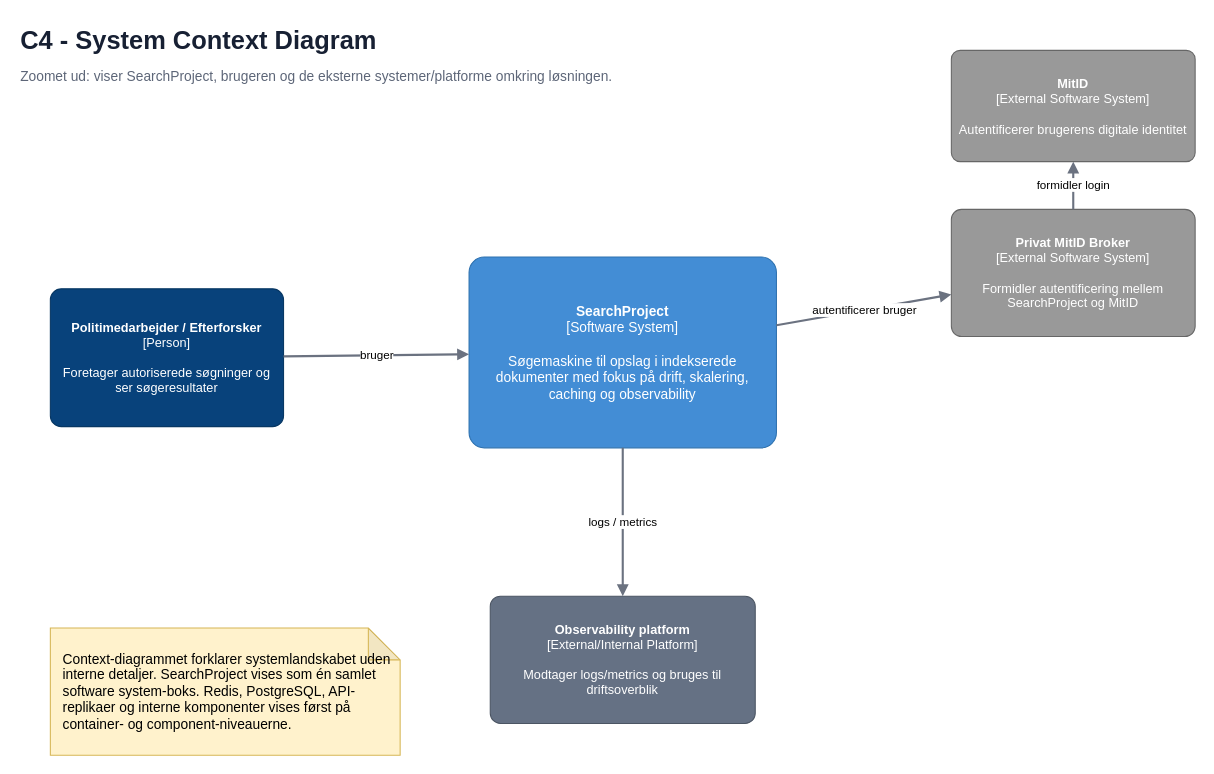
Earlier version of the draw.io diagram page "4 - C4 Context" (4 of 7) of diagrammer/SearchProject diagrams - UML + C4.drawio (Viggodrengen/-SearchProject). Source tidied: cells renumbered, new cells numbered last; positions are measured from the earlier drawing's top-left corner, leaving out a move shared by most shapes. Both pictures are drawn from the tidied source at 106%, with x=0, y=0 at pixel (18, 18).
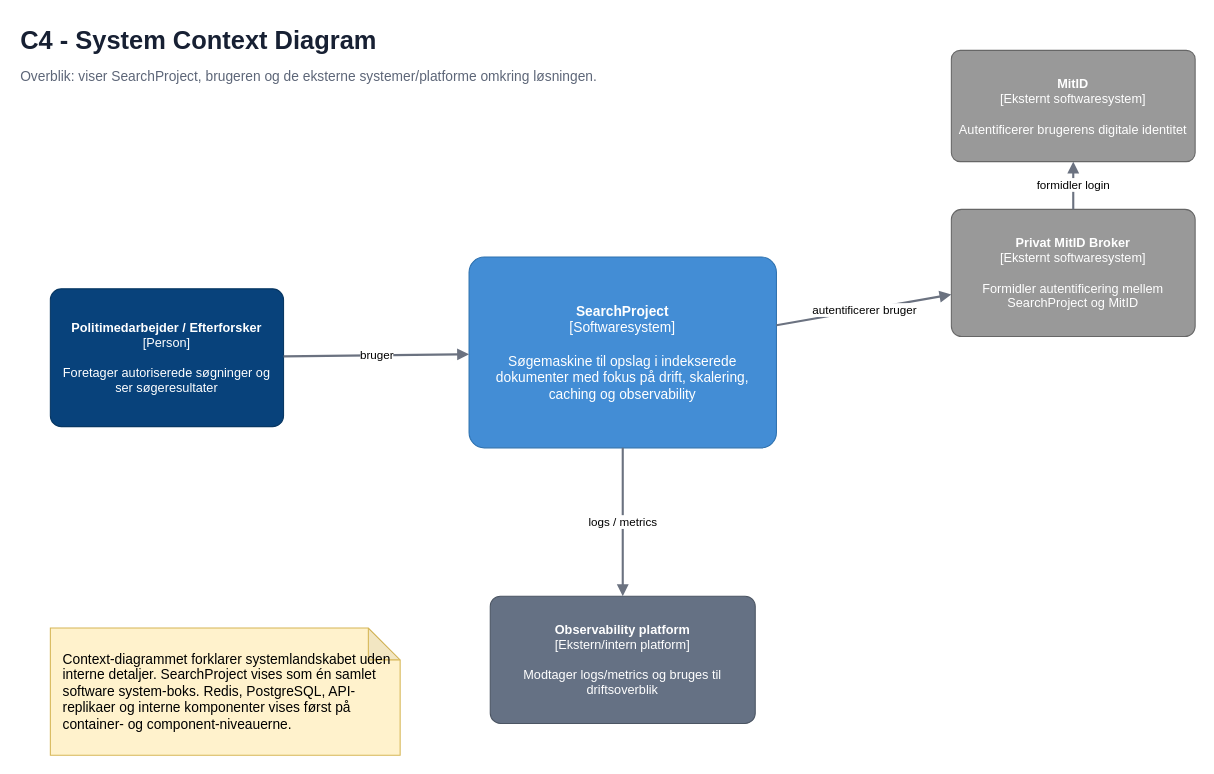
Above is the later version.

Commit message (it also covers changes not shown here):
updated diagrams så vi kun nu har fokus på container og kubernetes

What changed in the source:
```diff
@@
 <mxGraphModel>
   <root>
     <mxCell id="0" />
     <mxCell id="1" parent="0" />
     <mxCell id="2" value="C4 - System Context Diagram" style="text;html=1;strokeColor=none;fillColor=none;fontSize=24;fontStyle=1;fontColor=#172033;" parent="1" vertex="1">
       <mxGeometry width="500" height="40" as="geometry" />
     </mxCell>
-    <mxCell id="3" value="Zoomet ud: viser SearchProject, brugeren og de eksterne systemer/platforme omkring løsningen." style="text;html=1;strokeColor=none;fillColor=none;fontSize=13;fontColor=#5d6678;" parent="1" vertex="1">
+    <mxCell id="3" value="Overblik: viser SearchProject, brugeren og de eksterne systemer/platforme omkring løsningen." style="text;html=1;strokeColor=none;fillColor=none;fontSize=13;fontColor=#5d6678;" parent="1" vertex="1">
       <mxGeometry y="40" width="850" height="30" as="geometry" />
     </mxCell>
     <mxCell id="4" value="&lt;b&gt;Politimedarbejder / Efterforsker&lt;/b&gt;&lt;br&gt;[Person]&lt;br&gt;&lt;br&gt;Foretager autoriserede søgninger og ser søgeresultater" style="rounded=1;whiteSpace=wrap;html=1;fillColor=#08427B;strokeColor=#073763;fontColor=#FFFFFF;fontSize=12;arcSize=8;spacing=8;" parent="1" vertex="1">
       <mxGeometry x="30" y="255" width="220" height="130" as="geometry" />
     </mxCell>
-    <mxCell id="5" value="&lt;b&gt;SearchProject&lt;/b&gt;&lt;br&gt;[Software System]&lt;br&gt;&lt;br&gt;Søgemaskine til opslag i indekserede dokumenter med fokus på drift, skalering, caching og observability" style="rounded=1;whiteSpace=wrap;html=1;fillColor=#438DD5;strokeColor=#2F72AF;fontColor=#FFFFFF;fontSize=13;arcSize=8;spacing=10;" parent="1" vertex="1">
+    <mxCell id="5" value="&lt;b&gt;SearchProject&lt;/b&gt;&lt;br&gt;[Softwaresystem]&lt;br&gt;&lt;br&gt;Søgemaskine til opslag i indekserede dokumenter med fokus på drift, skalering, caching og observability" style="rounded=1;whiteSpace=wrap;html=1;fillColor=#438DD5;strokeColor=#2F72AF;fontColor=#FFFFFF;fontSize=13;arcSize=8;spacing=10;" parent="1" vertex="1">
       <mxGeometry x="425" y="225" width="290" height="180" as="geometry" />
     </mxCell>
-    <mxCell id="6" value="&lt;b&gt;Privat MitID Broker&lt;/b&gt;&lt;br&gt;[External Software System]&lt;br&gt;&lt;br&gt;Formidler autentificering mellem SearchProject og MitID" style="rounded=1;whiteSpace=wrap;html=1;fillColor=#999999;strokeColor=#666666;fontColor=#FFFFFF;fontSize=12;arcSize=8;spacing=8;" parent="1" vertex="1">
+    <mxCell id="6" value="&lt;b&gt;Privat MitID Broker&lt;/b&gt;&lt;br&gt;[Eksternt softwaresystem]&lt;br&gt;&lt;br&gt;Formidler autentificering mellem SearchProject og MitID" style="rounded=1;whiteSpace=wrap;html=1;fillColor=#999999;strokeColor=#666666;fontColor=#FFFFFF;fontSize=12;arcSize=8;spacing=8;" parent="1" vertex="1">
       <mxGeometry x="880" y="180" width="230" height="120" as="geometry" />
     </mxCell>
-    <mxCell id="7" value="&lt;b&gt;MitID&lt;/b&gt;&lt;br&gt;[External Software System]&lt;br&gt;&lt;br&gt;Autentificerer brugerens digitale identitet" style="rounded=1;whiteSpace=wrap;html=1;fillColor=#999999;strokeColor=#666666;fontColor=#FFFFFF;fontSize=12;arcSize=8;spacing=8;" parent="1" vertex="1">
+    <mxCell id="7" value="&lt;b&gt;MitID&lt;/b&gt;&lt;br&gt;[Eksternt softwaresystem]&lt;br&gt;&lt;br&gt;Autentificerer brugerens digitale identitet" style="rounded=1;whiteSpace=wrap;html=1;fillColor=#999999;strokeColor=#666666;fontColor=#FFFFFF;fontSize=12;arcSize=8;spacing=8;" parent="1" vertex="1">
       <mxGeometry x="880" y="30" width="230" height="105" as="geometry" />
     </mxCell>
-    <mxCell id="8" value="&lt;b&gt;Observability platform&lt;/b&gt;&lt;br&gt;[External/Internal Platform]&lt;br&gt;&lt;br&gt;Modtager logs/metrics og bruges til driftsoverblik" style="rounded=1;whiteSpace=wrap;html=1;fillColor=#657184;strokeColor=#4B5563;fontColor=#FFFFFF;fontSize=12;arcSize=8;spacing=8;" parent="1" vertex="1">
+    <mxCell id="8" value="&lt;b&gt;Observability platform&lt;/b&gt;&lt;br&gt;[Ekstern/intern platform]&lt;br&gt;&lt;br&gt;Modtager logs/metrics og bruges til driftsoverblik" style="rounded=1;whiteSpace=wrap;html=1;fillColor=#657184;strokeColor=#4B5563;fontColor=#FFFFFF;fontSize=12;arcSize=8;spacing=8;" parent="1" vertex="1">
       <mxGeometry x="445" y="545" width="250" height="120" as="geometry" />
     </mxCell>
     <mxCell id="9" value="Context-diagrammet forklarer systemlandskabet uden interne detaljer. SearchProject vises som én samlet software system-boks. Redis, PostgreSQL, API-replikaer og interne komponenter vises først på container- og component-niveauerne." style="shape=note;whiteSpace=wrap;html=1;backgroundOutline=1;darkOpacity=0.05;fillColor=#FFF2CC;strokeColor=#D6B656;align=left;spacingLeft=10;fontSize=13;" parent="1" vertex="1">
       <mxGeometry x="30" y="575" width="330" height="120" as="geometry" />
     </mxCell>
     <mxCell id="10" value="bruger" style="endArrow=block;endFill=1;html=1;rounded=0;strokeWidth=2;strokeColor=#6B7280;fontSize=11;labelBackgroundColor=#FFFFFF;" parent="1" edge="1" source="4" target="5">
       <mxGeometry relative="1" as="geometry" />
     </mxCell>
     <mxCell id="11" value="autentificerer bruger" style="endArrow=block;endFill=1;html=1;rounded=0;strokeWidth=2;strokeColor=#6B7280;fontSize=11;labelBackgroundColor=#FFFFFF;" parent="1" edge="1" source="5" target="6">
       <mxGeometry relative="1" as="geometry" />
     </mxCell>
     <mxCell id="12" value="formidler login" style="endArrow=block;endFill=1;html=1;rounded=0;strokeWidth=2;strokeColor=#6B7280;fontSize=11;labelBackgroundColor=#FFFFFF;" parent="1" edge="1" source="6" target="7">
       <mxGeometry relative="1" as="geometry" />
     </mxCell>
     <mxCell id="13" value="logs / metrics" style="endArrow=block;endFill=1;html=1;rounded=0;strokeWidth=2;strokeColor=#6B7280;fontSize=11;labelBackgroundColor=#FFFFFF;" parent="1" edge="1" source="5" target="8">
       <mxGeometry relative="1" as="geometry" />
     </mxCell>
   </root>
 </mxGraphModel>
```
